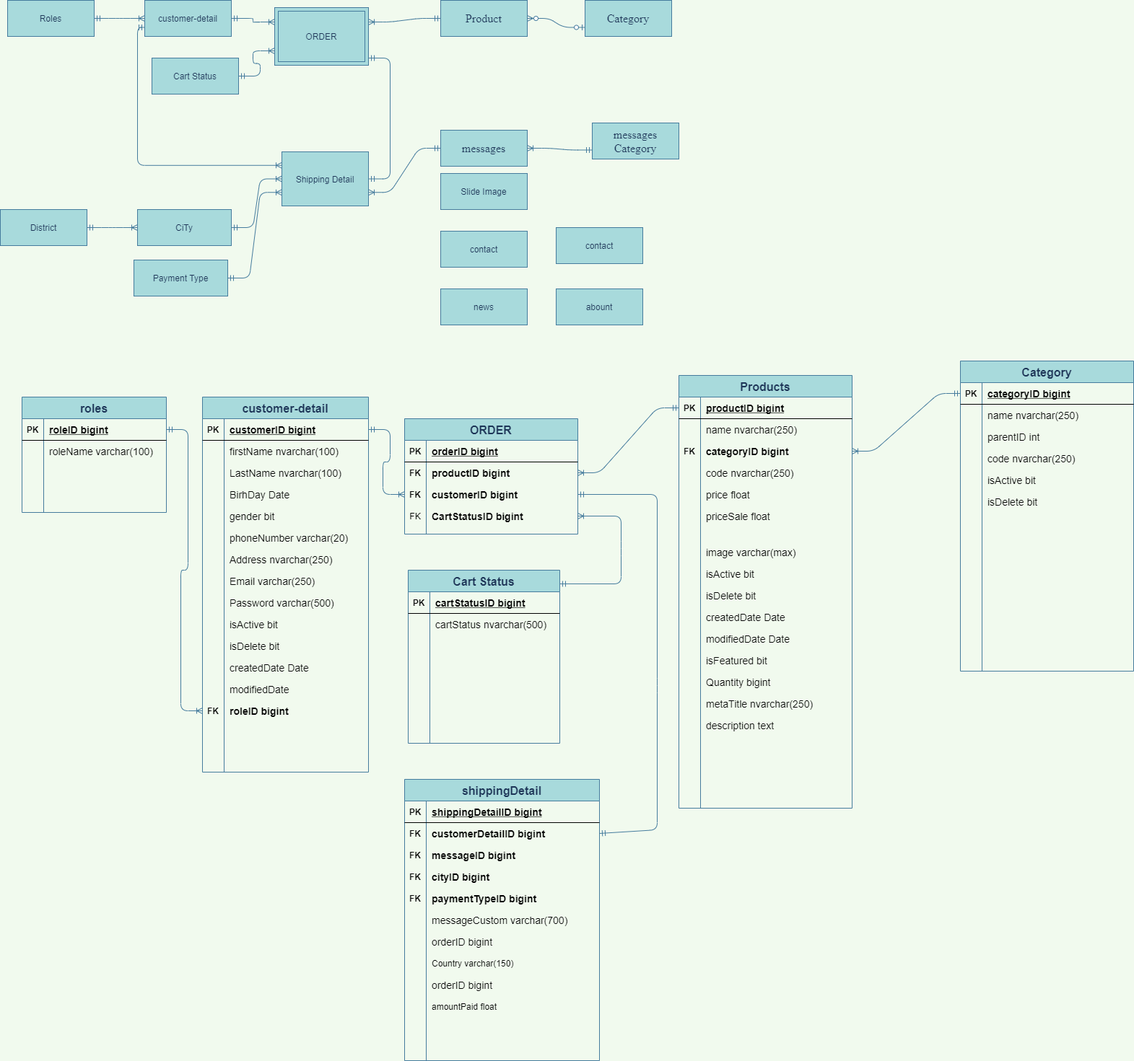
Earlier version of the draw.io export Untitled Diagram.png (maialino123/Eproject-SEM3). Source tidied: cells renumbered, new cells last; positions are measured from the earlier drawing's top-left corner, leaving out a move shared by most shapes.
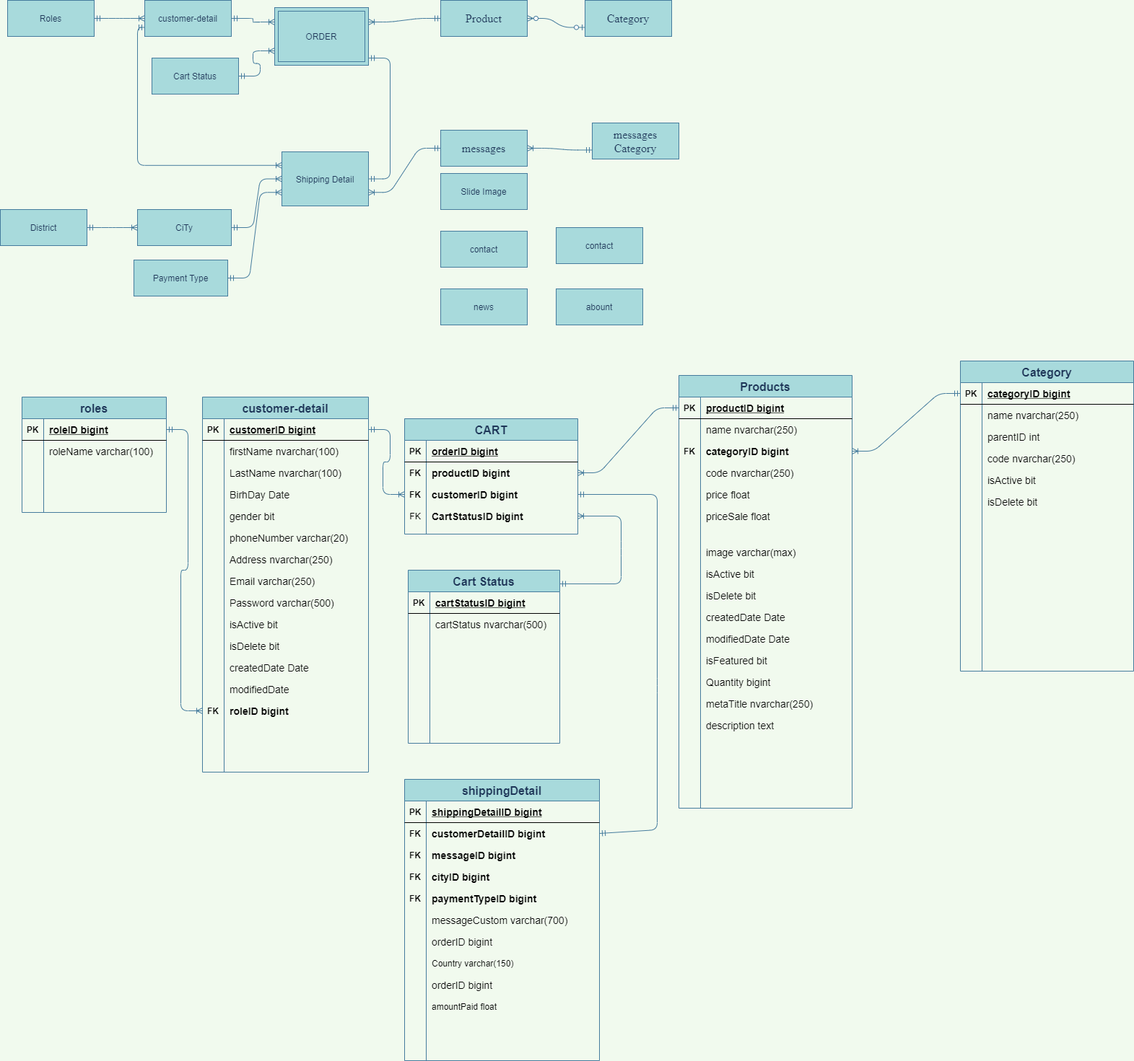
The same file after the commit.

The edit, as a diff of the source:
```diff
@@ -325,7 +325,7 @@
     <mxCell id="108" style="edgeStyle=entityRelationEdgeStyle;fontSize=12;html=1;endArrow=ERoneToMany;startArrow=ERmandOne;fontColor=#1D3557;strokeColor=#457B9D;fillColor=#A8DADC;labelBackgroundColor=#F1FAEE;exitX=1;exitY=0.5;exitDx=0;exitDy=0;entryX=0;entryY=0.5;entryDx=0;entryDy=0;" parent="1" edge="1" source="31" target="83">
       <mxGeometry relative="1" as="geometry" />
     </mxCell>
-    <mxCell id="109" value="ORDER" style="shape=table;startSize=30;rowLines=0;fontStyle=1;align=center;rounded=0;sketch=0;fontSize=16;fontColor=#1D3557;strokeColor=#457B9D;fillColor=#A8DADC;" parent="1" vertex="1">
+    <mxCell id="109" value="CART" style="shape=table;startSize=30;rowLines=0;fontStyle=1;align=center;rounded=0;sketch=0;fontSize=16;fontColor=#1D3557;strokeColor=#457B9D;fillColor=#A8DADC;" parent="1" vertex="1">
       <mxGeometry x="560" y="580" width="240" height="160" as="geometry" />
     </mxCell>
     <mxCell id="110" style="shape=partialRectangle;fillColor=none;top=0;left=0;bottom=1;right=0;" parent="109" vertex="1">
```
